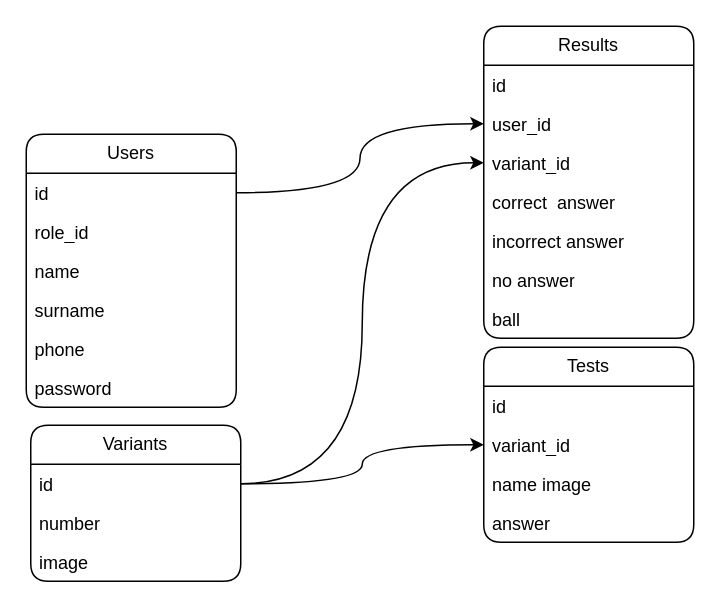
MardonAslonov/DrawIo keeps this draw.io diagram as GRE.drawio. Above is the earlier version. Source tidied: cells renumbered, new cells numbered last; positions are measured from the earlier drawing's top-left corner, leaving out a move shared by most shapes. Both pictures are drawn from the tidied source at 150%, with x=0, y=0 at pixel (26, 26).
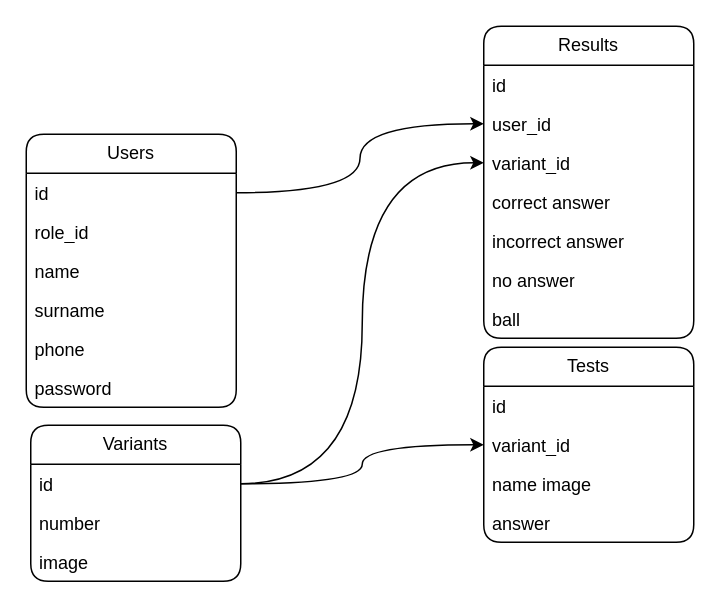
After the change.

Unchanged cells that the change refers to:
```xml
<mxCell id="14" value="Results" style="swimlane;fontStyle=0;horizontal=1;startSize=26;fillColor=none;whiteSpace=wrap;html=1;rounded=1;" parent="1" vertex="1">
  <mxGeometry x="305" width="140" height="208" as="geometry" />
</mxCell>
```

The edit, as a diff of the source:
```diff
@@
-    <mxCell id="18" value="correct&amp;nbsp; answer" style="text;strokeColor=none;fillColor=none;align=left;verticalAlign=top;spacingLeft=4;spacingRight=4;overflow=hidden;whiteSpace=wrap;html=1;" parent="14" vertex="1">
+    <mxCell id="18" value="correct answer" style="text;strokeColor=none;fillColor=none;align=left;verticalAlign=top;spacingLeft=4;spacingRight=4;overflow=hidden;whiteSpace=wrap;html=1;" parent="14" vertex="1">
       <mxGeometry y="104" width="140" height="26" as="geometry" />
     </mxCell>
```
